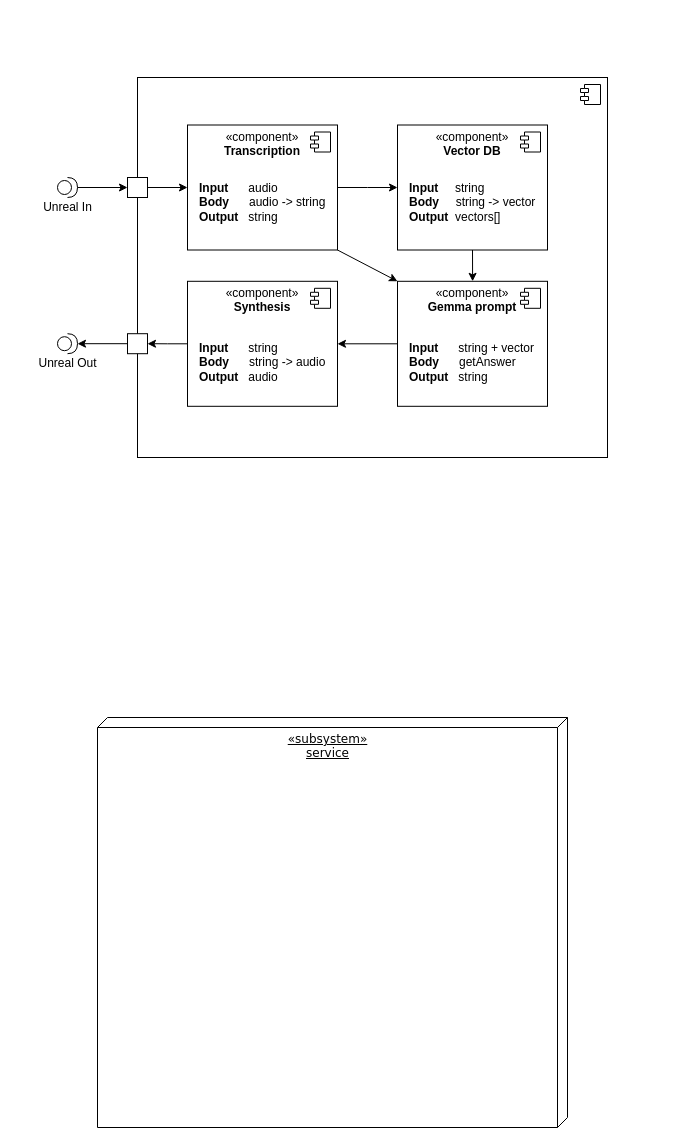
Earlier version of the draw.io diagram TP.drawio (Jammz-kekw/MIP_clanok_AI_in_3D_welding). Source tidied: cells renumbered, new cells numbered last; positions are measured from the earlier drawing's top-left corner, leaving out a move shared by most shapes. Both pictures are drawn from the tidied source at 100%, with x=0, y=0 at pixel (57, 77).
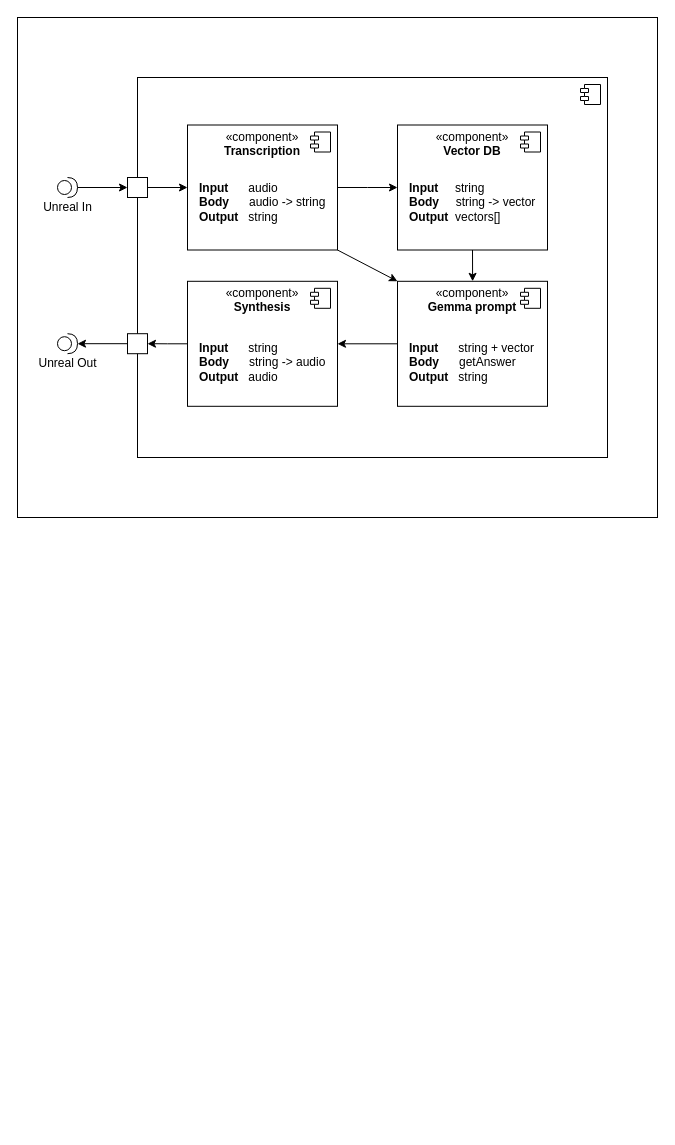
After the change.

Change to the diagram source:
```diff
@@
+    <mxCell id="29" style="rounded=0;whiteSpace=wrap;html=1;" parent="1" vertex="1">
+      <mxGeometry x="-40" y="-60" width="640" height="500" as="geometry" />
+    </mxCell>
@@
-    <mxCell id="4" value="&lt;span style=&quot;&quot;&gt;«subsystem»&lt;/span&gt;&lt;br style=&quot;&quot;&gt;service" style="verticalAlign=top;align=center;spacingTop=8;spacingLeft=2;spacingRight=12;shape=cube;size=10;direction=south;fontStyle=4;html=1;rounded=0;shadow=0;comic=0;labelBackgroundColor=none;strokeWidth=1;fontFamily=Verdana;fontSize=12;" parent="1" vertex="1">
-      <mxGeometry x="40" y="640" width="470" height="410" as="geometry" />
-    </mxCell>
```
